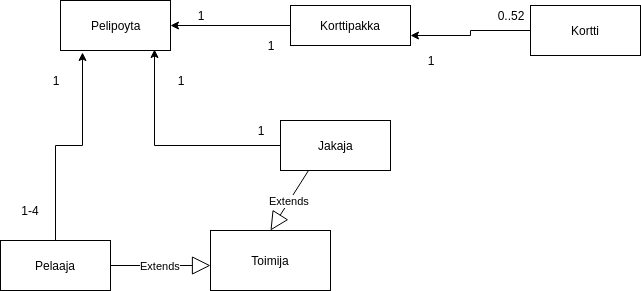
Earlier version of the draw.io export dokumentaatio/uusiluokkakaavio.png (MMMorsky/blackjackprojekti). Source tidied: cells renumbered, new cells last; positions are measured from the earlier drawing's top-left corner, leaving out a move shared by most shapes.
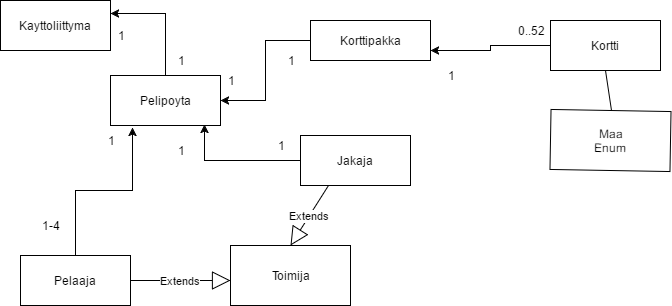
Later version of the same file.

What changed in the source:
```diff
@@ -2,8 +2,11 @@
   <root>
     <mxCell id="0" />
     <mxCell id="1" parent="0" />
+    <mxCell id="22" style="edgeStyle=orthogonalEdgeStyle;rounded=0;html=1;entryX=1;entryY=0.25;jettySize=auto;" parent="1" edge="1" source="2" target="24">
+      <mxGeometry relative="1" as="geometry" />
+    </mxCell>
     <mxCell id="2" value="Pelipoyta" style="html=1;" parent="1" vertex="1">
-      <mxGeometry x="60" width="110" height="50" as="geometry" />
+      <mxGeometry x="90" y="60" width="110" height="50" as="geometry" />
     </mxCell>
     <mxCell id="3" style="edgeStyle=orthogonalEdgeStyle;rounded=0;html=1;entryX=1;entryY=0.5;jettySize=auto;" parent="1" edge="1" source="4" target="2">
       <mxGeometry relative="1" as="geometry" />
@@ -33,16 +36,16 @@
       <mxGeometry x="10" y="200" width="40" height="20" as="geometry" />
     </mxCell>
     <mxCell id="12" value="1" style="text;html=1;strokeColor=none;fillColor=none;align=center;verticalAlign=middle;whiteSpace=wrap;" parent="1" vertex="1">
-      <mxGeometry x="35" y="70" width="40" height="20" as="geometry" />
+      <mxGeometry x="70" y="115" width="40" height="20" as="geometry" />
     </mxCell>
     <mxCell id="13" value="1" style="text;html=1;strokeColor=none;fillColor=none;align=center;verticalAlign=middle;whiteSpace=wrap;" parent="1" vertex="1">
-      <mxGeometry x="160" y="70" width="40" height="20" as="geometry" />
+      <mxGeometry x="190" y="55" width="40" height="20" as="geometry" />
     </mxCell>
     <mxCell id="14" value="1" style="text;html=1;strokeColor=none;fillColor=none;align=center;verticalAlign=middle;whiteSpace=wrap;" parent="1" vertex="1">
       <mxGeometry x="240" y="120" width="40" height="20" as="geometry" />
     </mxCell>
     <mxCell id="15" value="1" style="text;html=1;strokeColor=none;fillColor=none;align=center;verticalAlign=middle;whiteSpace=wrap;" parent="1" vertex="1">
-      <mxGeometry x="180" y="5" width="40" height="20" as="geometry" />
+      <mxGeometry x="140" y="125" width="40" height="20" as="geometry" />
     </mxCell>
     <mxCell id="16" value="1" style="text;html=1;strokeColor=none;fillColor=none;align=center;verticalAlign=middle;whiteSpace=wrap;" parent="1" vertex="1">
       <mxGeometry x="250" y="35" width="40" height="20" as="geometry" />
@@ -64,5 +67,23 @@
     <mxCell id="21" value="Extends" style="endArrow=block;endSize=16;endFill=0;html=1;exitX=0.25;exitY=1;entryX=0.5;entryY=0;" parent="1" edge="1" source="10" target="19">
       <mxGeometry relative="1" as="geometry" />
     </mxCell>
+    <mxCell id="23" style="edgeStyle=orthogonalEdgeStyle;rounded=0;html=1;exitX=0.5;exitY=0;entryX=0.5;entryY=0;jettySize=auto;orthogonalLoop=1;" parent="1" edge="1" source="13" target="13">
+      <mxGeometry relative="1" as="geometry" />
+    </mxCell>
+    <mxCell id="24" value="Kayttoliittyma" style="html=1;" parent="1" vertex="1">
+      <mxGeometry x="-20" y="-15" width="110" height="50" as="geometry" />
+    </mxCell>
+    <mxCell id="25" value="Maa&lt;div&gt;Enum&lt;/div&gt;" style="whiteSpace=wrap;html=1;rotation=1;" parent="1" vertex="1">
+      <mxGeometry x="530" y="95" width="120" height="60" as="geometry" />
+    </mxCell>
+    <mxCell id="26" value="1" style="text;html=1;strokeColor=none;fillColor=none;align=center;verticalAlign=middle;whiteSpace=wrap;" parent="1" vertex="1">
+      <mxGeometry x="140" y="35" width="40" height="20" as="geometry" />
+    </mxCell>
+    <mxCell id="27" value="1" style="text;html=1;strokeColor=none;fillColor=none;align=center;verticalAlign=middle;whiteSpace=wrap;" parent="1" vertex="1">
+      <mxGeometry x="80" y="10" width="40" height="20" as="geometry" />
+    </mxCell>
+    <mxCell id="28" style="endArrow=none;html=1;entryX=0.5;entryY=1;exitX=0.5;exitY=0;" parent="1" edge="1" source="25" target="6">
+      <mxGeometry relative="1" as="geometry" />
+    </mxCell>
   </root>
 </mxGraphModel>
```
